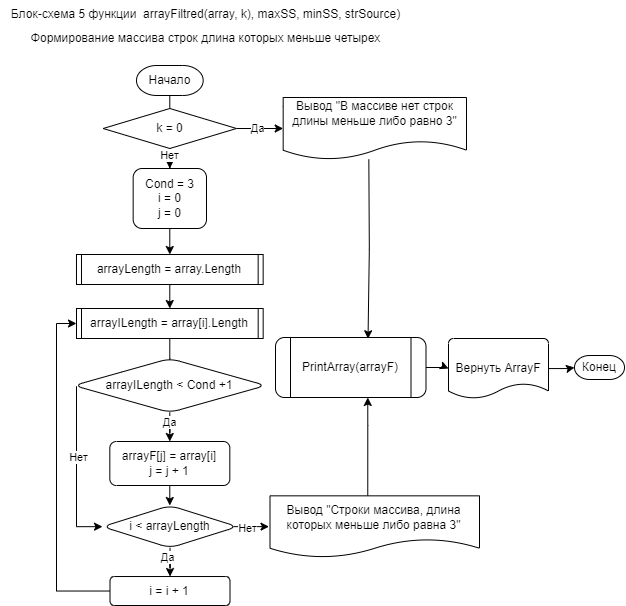
This is picture5.png from AslanAksir/test_on_the_main_block_Lesson1, a draw.io export, as it was before one commit. Source tidied: cells renumbered, new cells last; positions are measured from the earlier drawing's top-left corner, leaving out a move shared by most shapes.
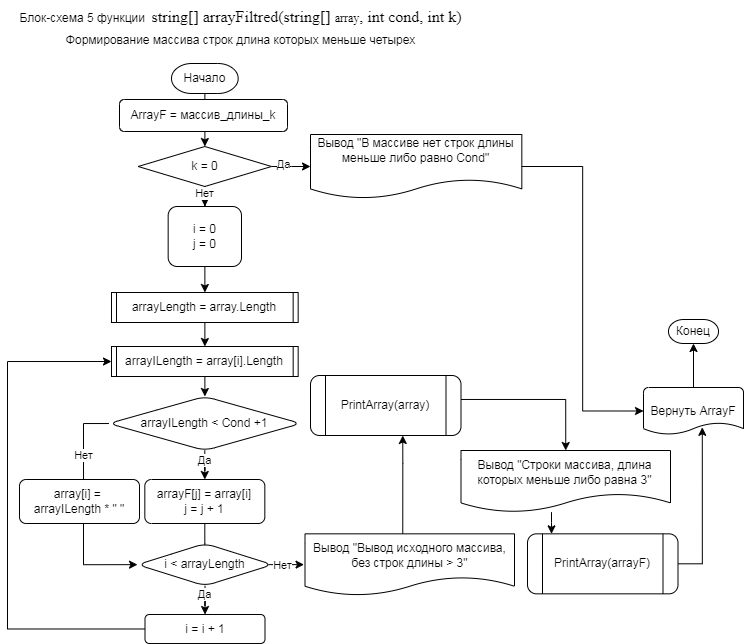
After the commit.

The edit, as a diff of the source:
```diff
@@ -6,13 +6,15 @@
       <mxGeometry relative="1" as="geometry" />
     </mxCell>
     <mxCell id="3" value="Начало" style="strokeWidth=1;html=1;shape=mxgraph.flowchart.terminator;whiteSpace=wrap;" parent="1" vertex="1">
-      <mxGeometry x="137" y="65" width="66.7" height="30" as="geometry" />
+      <mxGeometry x="137" y="25" width="66.7" height="30" as="geometry" />
     </mxCell>
     <mxCell id="4" style="edgeStyle=orthogonalEdgeStyle;rounded=0;jettySize=auto;html=1;" parent="1" edge="1" source="8" target="9">
       <mxGeometry relative="1" as="geometry" />
     </mxCell>
     <mxCell id="5" value="Да" style="edgeLabel;html=1;align=center;verticalAlign=middle;" parent="4" vertex="1">
-      <mxGeometry x="-0.16" y="1" relative="1" as="geometry" />
+      <mxGeometry x="-0.16" y="1" relative="1" as="geometry">
+        <mxPoint x="-6" y="-1" as="offset" />
+      </mxGeometry>
     </mxCell>
     <mxCell id="6" style="edgeStyle=orthogonalEdgeStyle;rounded=0;jettySize=auto;html=1;" parent="1" edge="1" source="8" target="11">
       <mxGeometry relative="1" as="geometry" />
@@ -23,13 +25,13 @@
     <mxCell id="8" value="k = 0" style="strokeWidth=1;html=1;shape=mxgraph.flowchart.decision;whiteSpace=wrap;" parent="1" vertex="1">
       <mxGeometry x="103.7" y="108" width="133.3" height="40" as="geometry" />
     </mxCell>
-    <mxCell id="9" value="Вывод&amp;nbsp;&quot;В массиве нет строк длины меньше либо равно 3&quot;&lt;p class=&quot;MsoNormal&quot;&gt;&lt;/p&gt;" style="shape=document;whiteSpace=wrap;html=1;boundedLbl=1;strokeWidth=1;" parent="1" vertex="1">
-      <mxGeometry x="283.7" y="97" width="183.3" height="62" as="geometry" />
+    <mxCell id="9" value="Вывод&amp;nbsp;&quot;В массиве нет строк длины меньше либо равно Cond&quot;&lt;p class=&quot;MsoNormal&quot;&gt;&lt;/p&gt;" style="shape=document;whiteSpace=wrap;html=1;boundedLbl=1;strokeWidth=1;" parent="1" vertex="1">
+      <mxGeometry x="276" y="96" width="211.3" height="64" as="geometry" />
     </mxCell>
     <mxCell id="10" style="edgeStyle=orthogonalEdgeStyle;rounded=0;jettySize=auto;html=1;" parent="1" edge="1" source="11" target="35">
       <mxGeometry relative="1" as="geometry" />
     </mxCell>
-    <mxCell id="11" value="Cond = 3&lt;br&gt;i = 0&lt;br&gt;j = 0" style="rounded=1;whiteSpace=wrap;html=1;strokeWidth=1;" parent="1" vertex="1">
+    <mxCell id="11" value="i = 0&lt;br&gt;j = 0" style="rounded=1;whiteSpace=wrap;html=1;strokeWidth=1;" parent="1" vertex="1">
       <mxGeometry x="133.7" y="168" width="73.3" height="60" as="geometry" />
     </mxCell>
     <mxCell id="12" style="edgeStyle=orthogonalEdgeStyle;rounded=0;jettySize=auto;html=1;" parent="1" edge="1" source="13" target="18">
@@ -47,12 +49,15 @@
     <mxCell id="16" style="edgeStyle=orthogonalEdgeStyle;rounded=0;jettySize=auto;html=1;entryX=0;entryY=0.5;entryDx=0;entryDy=0;" parent="1" edge="1" source="18" target="26">
       <mxGeometry relative="1" as="geometry">
         <Array as="points">
-          <mxPoint x="77" y="526" />
+          <mxPoint x="49" y="385" />
+          <mxPoint x="49" y="526" />
         </Array>
       </mxGeometry>
     </mxCell>
     <mxCell id="17" value="Нет" style="edgeLabel;html=1;align=center;verticalAlign=middle;" parent="16" vertex="1">
-      <mxGeometry x="-0.15" y="1" relative="1" as="geometry" />
+      <mxGeometry x="-0.15" y="1" relative="1" as="geometry">
+        <mxPoint x="-1" y="-37" as="offset" />
+      </mxGeometry>
     </mxCell>
     <mxCell id="18" value="arrayILength &amp;lt; Cond +1" style="rhombus;whiteSpace=wrap;html=1;rounded=1;strokeWidth=1;" parent="1" vertex="1">
       <mxGeometry x="74.3" y="358" width="192" height="54" as="geometry" />
@@ -64,7 +69,7 @@
       <mxGeometry x="110.3" y="441" width="120" height="44" as="geometry" />
     </mxCell>
     <mxCell id="21" value="Конец" style="strokeWidth=1;html=1;shape=mxgraph.flowchart.terminator;whiteSpace=wrap;" parent="1" vertex="1">
-      <mxGeometry x="575" y="355" width="50" height="24" as="geometry" />
+      <mxGeometry x="634" y="281" width="50" height="24" as="geometry" />
     </mxCell>
     <mxCell id="22" style="edgeStyle=orthogonalEdgeStyle;rounded=0;jettySize=auto;html=1;" parent="1" edge="1" source="26" target="28">
       <mxGeometry relative="1" as="geometry" />
@@ -91,8 +96,8 @@
     <mxCell id="27" style="edgeStyle=orthogonalEdgeStyle;rounded=0;jettySize=auto;html=1;entryX=0;entryY=0.5;entryDx=0;entryDy=0;" parent="1" edge="1" source="28" target="13">
       <mxGeometry relative="1" as="geometry">
         <Array as="points">
-          <mxPoint x="57" y="591" />
-          <mxPoint x="57" y="323" />
+          <mxPoint x="-27" y="591" />
+          <mxPoint x="-27" y="323" />
         </Array>
       </mxGeometry>
     </mxCell>
@@ -109,38 +114,66 @@
         </Array>
       </mxGeometry>
     </mxCell>
-    <mxCell id="30" value="Вывод &quot;Строки массива, длина которых меньше либо равна 3&quot;" style="shape=document;whiteSpace=wrap;html=1;boundedLbl=1;rounded=1;strokeWidth=1;" parent="1" vertex="1">
+    <mxCell id="30" value="Вывод &quot;Вывод исходного массива, без строк длины &amp;gt; 3&quot;" style="shape=document;whiteSpace=wrap;html=1;boundedLbl=1;rounded=1;strokeWidth=1;" parent="1" vertex="1">
       <mxGeometry x="270.5" y="495.3" width="209.5" height="61.7" as="geometry" />
     </mxCell>
-    <mxCell id="31" style="edgeStyle=orthogonalEdgeStyle;rounded=0;jettySize=auto;html=1;" parent="1" edge="1" source="32" target="37">
-      <mxGeometry relative="1" as="geometry" />
+    <mxCell id="31" style="edgeStyle=orthogonalEdgeStyle;rounded=0;jettySize=auto;html=1;entryX=0.5;entryY=0;entryDx=0;entryDy=0;" parent="1" edge="1" source="32" target="42">
+      <mxGeometry relative="1" as="geometry">
+        <Array as="points">
+          <mxPoint x="531" y="361" />
+        </Array>
+      </mxGeometry>
     </mxCell>
-    <mxCell id="32" value="PrintArray(arrayF)" style="shape=process;whiteSpace=wrap;html=1;backgroundOutline=1;rounded=1;strokeWidth=1;" parent="1" vertex="1">
+    <mxCell id="32" value="PrintArray(array)" style="shape=process;whiteSpace=wrap;html=1;backgroundOutline=1;rounded=1;strokeWidth=1;" parent="1" vertex="1">
       <mxGeometry x="276" y="337" width="150.5" height="60" as="geometry" />
     </mxCell>
-    <mxCell id="33" style="edgeStyle=orthogonalEdgeStyle;rounded=0;orthogonalLoop=1;jettySize=auto;html=1;entryX=0.462;entryY=0.021;entryDx=0;entryDy=0;entryPerimeter=0;" parent="1" edge="1">
-      <mxGeometry relative="1" as="geometry">
-        <mxPoint x="369.3" y="159" as="sourcePoint" />
-        <mxPoint x="368.5" y="338.3" as="targetPoint" />
-      </mxGeometry>
-    </mxCell>
     <mxCell id="34" style="edgeStyle=orthogonalEdgeStyle;rounded=0;jettySize=auto;html=1;entryX=0.5;entryY=0;entryDx=0;entryDy=0;" parent="1" edge="1" source="35" target="13">
       <mxGeometry relative="1" as="geometry" />
     </mxCell>
     <mxCell id="35" value="arrayLength = array.Length" style="shape=process;whiteSpace=wrap;html=1;backgroundOutline=1;size=0.026785235977928968;" parent="1" vertex="1">
       <mxGeometry x="77" y="254" width="186.7" height="30" as="geometry" />
     </mxCell>
-    <mxCell id="36" style="edgeStyle=orthogonalEdgeStyle;rounded=0;jettySize=auto;html=1;" parent="1" edge="1" source="37" target="21">
-      <mxGeometry relative="1" as="geometry" />
-    </mxCell>
     <mxCell id="37" value="Вернуть ArrayF" style="strokeWidth=1;html=1;shape=mxgraph.flowchart.document2;whiteSpace=wrap;size=0.25;spacing=1;" parent="1" vertex="1">
-      <mxGeometry x="449" y="338" width="100" height="60" as="geometry" />
+      <mxGeometry x="609" y="349" width="100" height="47" as="geometry" />
     </mxCell>
-    <mxCell id="38" value="Блок-схема 5 функции&amp;nbsp;&amp;nbsp;arrayFiltred(array, k), maxSS, minSS, strSource)" style="text;html=1;align=center;verticalAlign=middle;strokeColor=none;fillColor=none;" parent="1" vertex="1">
-      <mxGeometry x="0.3" width="412" height="28" as="geometry" />
+    <mxCell id="38" value="Блок-схема 5 функции&amp;nbsp;&amp;nbsp;&lt;span style=&quot;font-size:12.0pt;line-height:&lt;br/&gt;115%;font-family:Aptos;mso-fareast-font-family:&amp;quot;Times New Roman&amp;quot;;mso-bidi-font-family:&lt;br/&gt;&amp;quot;Times New Roman&amp;quot;;mso-font-kerning:1.0pt;mso-ansi-language:EN-US;mso-fareast-language:&lt;br/&gt;EN-US;mso-bidi-language:AR-SA&quot; lang=&quot;EN-US&quot;&gt;string&lt;/span&gt;&lt;span style=&quot;font-size:12.0pt;&lt;br/&gt;line-height:115%;font-family:Aptos;mso-fareast-font-family:&amp;quot;Times New Roman&amp;quot;;&lt;br/&gt;mso-bidi-font-family:&amp;quot;Times New Roman&amp;quot;;mso-font-kerning:1.0pt;mso-ansi-language:&lt;br/&gt;RU;mso-fareast-language:EN-US;mso-bidi-language:AR-SA&quot;&gt;[] &lt;/span&gt;&lt;span style=&quot;font-size:12.0pt;line-height:115%;font-family:Aptos;&lt;br/&gt;mso-fareast-font-family:&amp;quot;Times New Roman&amp;quot;;mso-bidi-font-family:&amp;quot;Times New Roman&amp;quot;;&lt;br/&gt;mso-font-kerning:1.0pt;mso-ansi-language:EN-US;mso-fareast-language:EN-US;&lt;br/&gt;mso-bidi-language:AR-SA&quot; lang=&quot;EN-US&quot;&gt;arrayFiltred&lt;/span&gt;&lt;span style=&quot;font-size:12.0pt;&lt;br/&gt;line-height:115%;font-family:Aptos;mso-fareast-font-family:&amp;quot;Times New Roman&amp;quot;;&lt;br/&gt;mso-bidi-font-family:&amp;quot;Times New Roman&amp;quot;;mso-font-kerning:1.0pt;mso-ansi-language:&lt;br/&gt;RU;mso-fareast-language:EN-US;mso-bidi-language:AR-SA&quot;&gt;(&lt;/span&gt;&lt;span style=&quot;font-size:12.0pt;line-height:115%;font-family:Aptos;&lt;br/&gt;mso-fareast-font-family:&amp;quot;Times New Roman&amp;quot;;mso-bidi-font-family:&amp;quot;Times New Roman&amp;quot;;&lt;br/&gt;mso-font-kerning:1.0pt;mso-ansi-language:EN-US;mso-fareast-language:EN-US;&lt;br/&gt;mso-bidi-language:AR-SA&quot; lang=&quot;EN-US&quot;&gt;string&lt;/span&gt;&lt;span style=&quot;font-size:12.0pt;line-height:&lt;br/&gt;115%;font-family:Aptos;mso-fareast-font-family:&amp;quot;Times New Roman&amp;quot;;mso-bidi-font-family:&lt;br/&gt;&amp;quot;Times New Roman&amp;quot;;mso-font-kerning:1.0pt;mso-ansi-language:RU;mso-fareast-language:&lt;br/&gt;EN-US;mso-bidi-language:AR-SA&quot;&gt;[] &lt;/span&gt;&lt;span style=&quot;font-size:&lt;br/&gt;12.0pt;line-height:115%;font-family:Aptos;mso-fareast-font-family:&amp;quot;Times New Roman&amp;quot;;&lt;br/&gt;mso-bidi-font-family:&amp;quot;Times New Roman&amp;quot;;mso-font-kerning:1.0pt;mso-ansi-language:&lt;br/&gt;EN-US;mso-fareast-language:EN-US;mso-bidi-language:AR-SA&quot; lang=&quot;EN-US&quot;&gt;array&lt;/span&gt;&lt;span style=&quot;font-size:12.0pt;line-height:115%;font-family:Aptos;mso-fareast-font-family:&lt;br/&gt;&amp;quot;Times New Roman&amp;quot;;mso-bidi-font-family:&amp;quot;Times New Roman&amp;quot;;mso-font-kerning:1.0pt;&lt;br/&gt;mso-ansi-language:RU;mso-fareast-language:EN-US;mso-bidi-language:AR-SA&quot;&gt;, &lt;/span&gt;&lt;span style=&quot;font-size:12.0pt;line-height:115%;font-family:Aptos;&lt;br/&gt;mso-fareast-font-family:&amp;quot;Times New Roman&amp;quot;;mso-bidi-font-family:&amp;quot;Times New Roman&amp;quot;;&lt;br/&gt;mso-font-kerning:1.0pt;mso-ansi-language:EN-US;mso-fareast-language:EN-US;&lt;br/&gt;mso-bidi-language:AR-SA&quot; lang=&quot;EN-US&quot;&gt;int&lt;/span&gt;&lt;span style=&quot;font-size:12.0pt;&lt;br/&gt;line-height:115%;font-family:Aptos;mso-fareast-font-family:&amp;quot;Times New Roman&amp;quot;;&lt;br/&gt;mso-bidi-font-family:&amp;quot;Times New Roman&amp;quot;;mso-font-kerning:1.0pt;mso-ansi-language:&lt;br/&gt;RU;mso-fareast-language:EN-US;mso-bidi-language:AR-SA&quot; lang=&quot;EN-US&quot;&gt; &lt;/span&gt;&lt;span style=&quot;font-size:12.0pt;line-height:115%;font-family:Aptos;&lt;br/&gt;mso-fareast-font-family:&amp;quot;Times New Roman&amp;quot;;mso-bidi-font-family:&amp;quot;Times New Roman&amp;quot;;&lt;br/&gt;mso-font-kerning:1.0pt;mso-ansi-language:EN-US;mso-fareast-language:EN-US;&lt;br/&gt;mso-bidi-language:AR-SA&quot; lang=&quot;EN-US&quot;&gt;cond&lt;/span&gt;&lt;span style=&quot;font-size:12.0pt;line-height:&lt;br/&gt;115%;font-family:Aptos;mso-fareast-font-family:&amp;quot;Times New Roman&amp;quot;;mso-bidi-font-family:&lt;br/&gt;&amp;quot;Times New Roman&amp;quot;;mso-font-kerning:1.0pt;mso-ansi-language:RU;mso-fareast-language:&lt;br/&gt;EN-US;mso-bidi-language:AR-SA&quot;&gt;, &lt;/span&gt;&lt;span style=&quot;font-size:12.0pt;&lt;br/&gt;line-height:115%;font-family:Aptos;mso-fareast-font-family:&amp;quot;Times New Roman&amp;quot;;&lt;br/&gt;mso-bidi-font-family:&amp;quot;Times New Roman&amp;quot;;mso-font-kerning:1.0pt;mso-ansi-language:&lt;br/&gt;EN-US;mso-fareast-language:EN-US;mso-bidi-language:AR-SA&quot; lang=&quot;EN-US&quot;&gt;int&lt;/span&gt;&lt;span style=&quot;font-size:12.0pt;line-height:115%;font-family:Aptos;&lt;br/&gt;mso-fareast-font-family:&amp;quot;Times New Roman&amp;quot;;mso-bidi-font-family:&amp;quot;Times New Roman&amp;quot;;&lt;br/&gt;mso-font-kerning:1.0pt;mso-ansi-language:RU;mso-fareast-language:EN-US;&lt;br/&gt;mso-bidi-language:AR-SA&quot; lang=&quot;EN-US&quot;&gt; &lt;/span&gt;&lt;span style=&quot;font-size:12.0pt;&lt;br/&gt;line-height:115%;font-family:Aptos;mso-fareast-font-family:&amp;quot;Times New Roman&amp;quot;;&lt;br/&gt;mso-bidi-font-family:&amp;quot;Times New Roman&amp;quot;;mso-font-kerning:1.0pt;mso-ansi-language:&lt;br/&gt;EN-US;mso-fareast-language:EN-US;mso-bidi-language:AR-SA&quot; lang=&quot;EN-US&quot;&gt;k&lt;/span&gt;&lt;span style=&quot;font-size:12.0pt;line-height:115%;font-family:&amp;quot;Aptos Cyr&amp;quot;;mso-fareast-font-family:&lt;br/&gt;&amp;quot;Times New Roman&amp;quot;;mso-bidi-font-family:&amp;quot;Times New Roman&amp;quot;;mso-font-kerning:1.0pt;&lt;br/&gt;mso-ansi-language:RU;mso-fareast-language:EN-US;mso-bidi-language:AR-SA&quot;&gt;)&lt;/span&gt;" style="text;html=1;align=center;verticalAlign=middle;strokeColor=none;fillColor=none;" parent="1" vertex="1">
+      <mxGeometry x="-25.7" y="-38" width="464" height="32" as="geometry" />
     </mxCell>
     <mxCell id="39" value="Формирование массива строк длина которых меньше четырех" style="text;html=1;align=center;verticalAlign=middle;strokeColor=none;fillColor=none;" parent="1" vertex="1">
-      <mxGeometry x="20.3" y="24" width="372" height="28" as="geometry" />
+      <mxGeometry x="20.3" y="-12" width="372" height="28" as="geometry" />
     </mxCell>
+    <mxCell id="40" value="array[i] =&amp;nbsp;&lt;div&gt;arrayILength * &quot; &quot;&lt;/div&gt;" style="whiteSpace=wrap;html=1;rounded=1;strokeWidth=1;" parent="1" vertex="1">
+      <mxGeometry x="-15" y="441" width="120" height="44" as="geometry" />
+    </mxCell>
+    <mxCell id="41" style="edgeStyle=orthogonalEdgeStyle;rounded=0;jettySize=auto;html=1;" parent="1" edge="1" source="42" target="44">
+      <mxGeometry relative="1" as="geometry">
+        <Array as="points">
+          <mxPoint x="517" y="484" />
+          <mxPoint x="517" y="484" />
+        </Array>
+      </mxGeometry>
+    </mxCell>
+    <mxCell id="42" value="Вывод &quot;Строки массива, длина которых меньше либо равна 3&quot;" style="shape=document;whiteSpace=wrap;html=1;boundedLbl=1;rounded=1;strokeWidth=1;" parent="1" vertex="1">
+      <mxGeometry x="426.5" y="412" width="209.5" height="61.7" as="geometry" />
+    </mxCell>
+    <mxCell id="43" style="edgeStyle=orthogonalEdgeStyle;rounded=0;jettySize=auto;html=1;entryX=0.588;entryY=0.847;entryDx=0;entryDy=0;entryPerimeter=0;" parent="1" edge="1" source="44" target="37">
+      <mxGeometry relative="1" as="geometry">
+        <Array as="points">
+          <mxPoint x="668" y="525" />
+        </Array>
+      </mxGeometry>
+    </mxCell>
+    <mxCell id="44" value="PrintArray(arrayF)" style="shape=process;whiteSpace=wrap;html=1;backgroundOutline=1;rounded=1;strokeWidth=1;" parent="1" vertex="1">
+      <mxGeometry x="493" y="495.3" width="150.5" height="60" as="geometry" />
+    </mxCell>
+    <mxCell id="36" style="edgeStyle=orthogonalEdgeStyle;rounded=0;jettySize=auto;html=1;entryX=0.5;entryY=1;entryDx=0;entryDy=0;entryPerimeter=0;" parent="1" edge="1" source="37" target="21">
+      <mxGeometry relative="1" as="geometry" />
+    </mxCell>
+    <mxCell id="45" style="edgeStyle=orthogonalEdgeStyle;rounded=0;jettySize=auto;html=1;entryX=0;entryY=0.5;entryDx=0;entryDy=0;entryPerimeter=0;" parent="1" edge="1" source="9" target="37">
+      <mxGeometry relative="1" as="geometry" />
+    </mxCell>
+    <mxCell id="46" value="ArrayF = массив_длины_k" style="rounded=1;whiteSpace=wrap;html=1;" parent="1" vertex="1">
+      <mxGeometry x="85" y="61" width="168" height="32" as="geometry" />
+    </mxCell>
   </root>
 </mxGraphModel>
```
